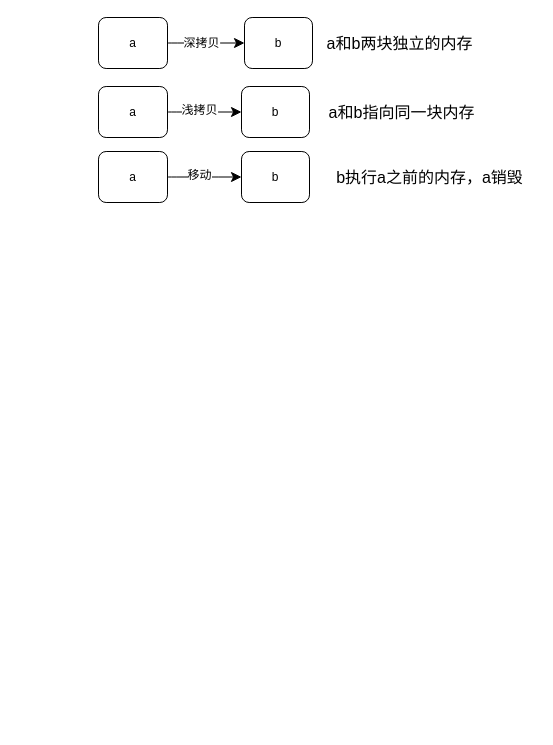
Before: c++.drawio in junpfeng/UE, a draw.io diagram. Source tidied: cells renumbered, new cells numbered last; positions are measured from the earlier drawing's top-left corner, leaving out a move shared by most shapes. Both pictures are drawn from the tidied source at 100%, with x=0, y=0 at pixel (98, 17).
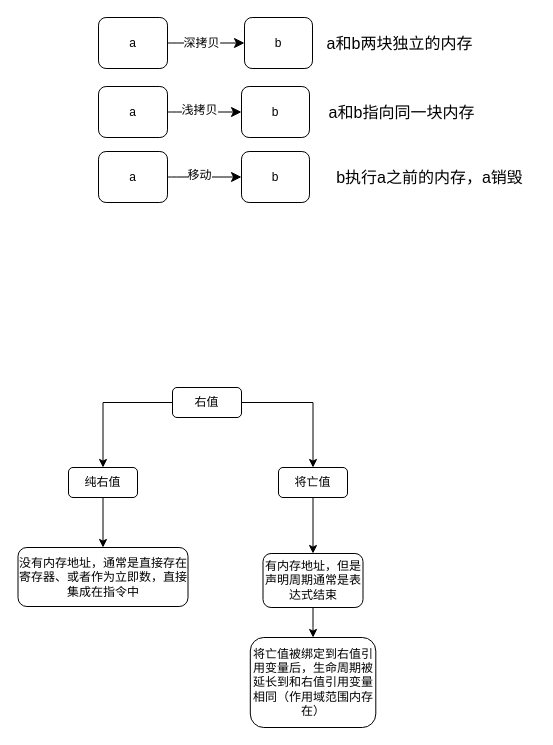
The same page after the edit.

What changed in the source:
```diff
@@
+    <mxCell id="17" style="edgeStyle=orthogonalEdgeStyle;rounded=0;jettySize=auto;html=1;" parent="1" edge="1" source="19" target="21">
+      <mxGeometry relative="1" as="geometry" />
+    </mxCell>
+    <mxCell id="18" style="edgeStyle=orthogonalEdgeStyle;rounded=0;jettySize=auto;html=1;" parent="1" edge="1" source="19" target="23">
+      <mxGeometry relative="1" as="geometry" />
+    </mxCell>
+    <mxCell id="19" value="右值" style="rounded=1;whiteSpace=wrap;html=1;" parent="1" vertex="1">
+      <mxGeometry x="74" y="370" width="69" height="30" as="geometry" />
+    </mxCell>
+    <mxCell id="20" style="edgeStyle=orthogonalEdgeStyle;rounded=0;jettySize=auto;html=1;" parent="1" edge="1" source="21" target="24">
+      <mxGeometry relative="1" as="geometry" />
+    </mxCell>
+    <mxCell id="21" value="纯右值" style="rounded=1;whiteSpace=wrap;html=1;" parent="1" vertex="1">
+      <mxGeometry x="-30" y="450" width="69" height="30" as="geometry" />
+    </mxCell>
+    <mxCell id="22" style="edgeStyle=orthogonalEdgeStyle;rounded=0;jettySize=auto;html=1;" parent="1" edge="1" source="23" target="26">
+      <mxGeometry relative="1" as="geometry" />
+    </mxCell>
+    <mxCell id="23" value="将亡值" style="rounded=1;whiteSpace=wrap;html=1;" parent="1" vertex="1">
+      <mxGeometry x="180" y="450" width="69" height="30" as="geometry" />
+    </mxCell>
+    <mxCell id="24" value="没有内存地址，通常是直接存在寄存器、或者作为立即数，直接集成在指令中" style="rounded=1;whiteSpace=wrap;html=1;" parent="1" vertex="1">
+      <mxGeometry x="-80.5" y="530" width="170" height="59" as="geometry" />
+    </mxCell>
+    <mxCell id="25" style="edgeStyle=orthogonalEdgeStyle;rounded=0;jettySize=auto;html=1;" parent="1" edge="1" source="26" target="27">
+      <mxGeometry relative="1" as="geometry" />
+    </mxCell>
+    <mxCell id="26" value="有内存地址，但是声明周期通常是表达式结束" style="rounded=1;whiteSpace=wrap;html=1;" parent="1" vertex="1">
+      <mxGeometry x="164.5" y="536" width="100" height="54" as="geometry" />
+    </mxCell>
+    <mxCell id="27" value="将亡值被绑定到右值引用变量后，生命周期被延长到和右值引用变量相同（作用域范围内存在）" style="rounded=1;whiteSpace=wrap;html=1;" parent="1" vertex="1">
+      <mxGeometry x="151.8" y="620" width="125.5" height="90" as="geometry" />
+    </mxCell>
```
